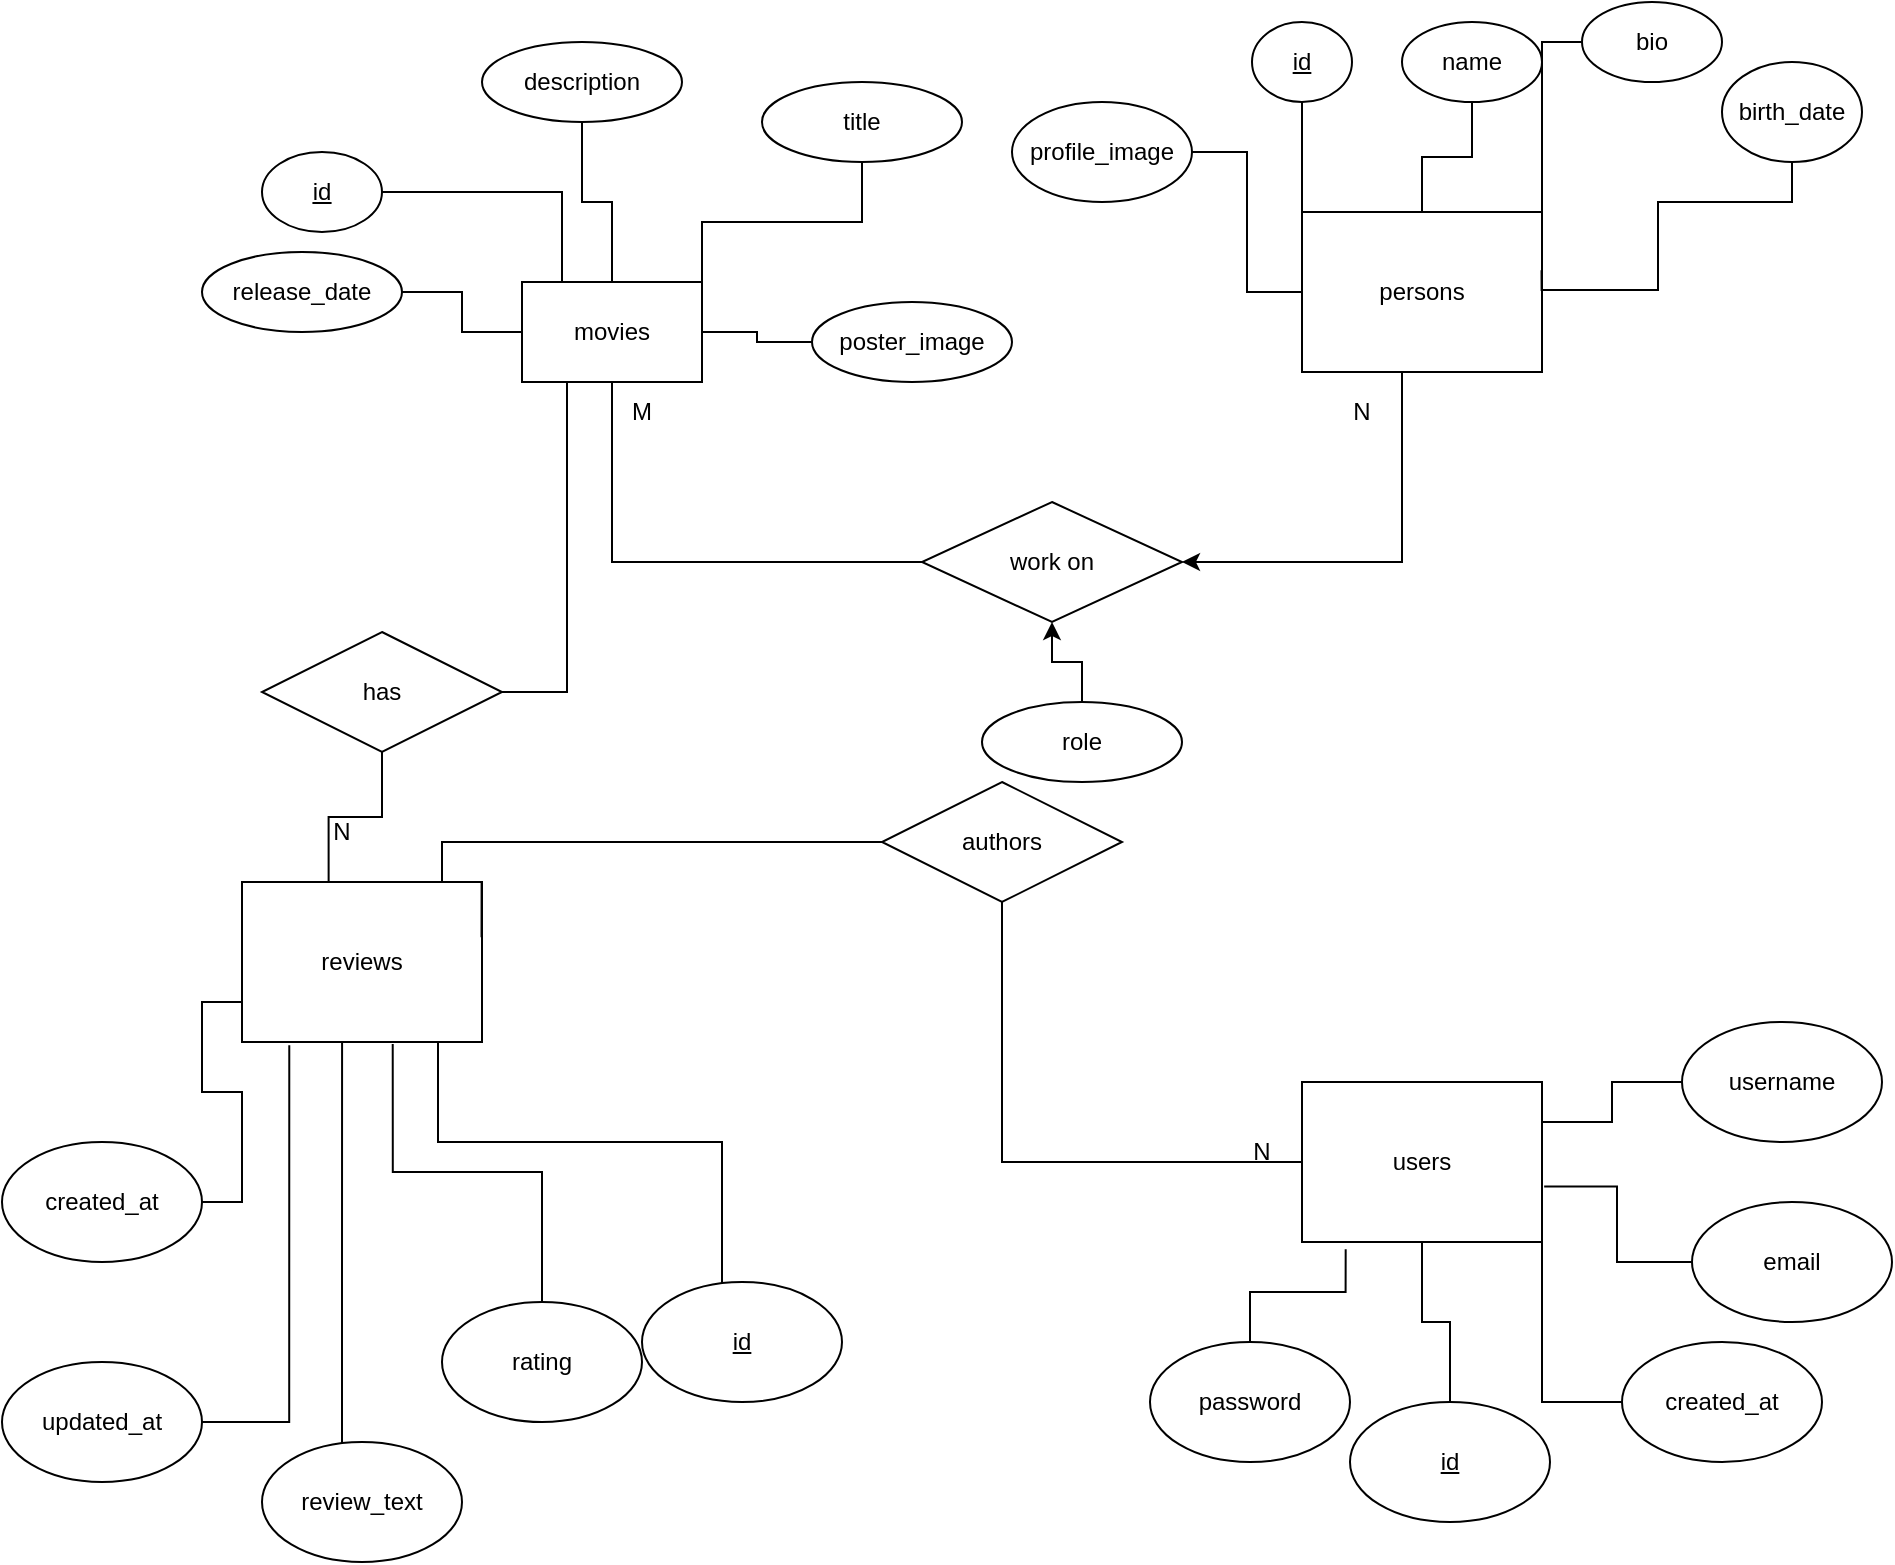
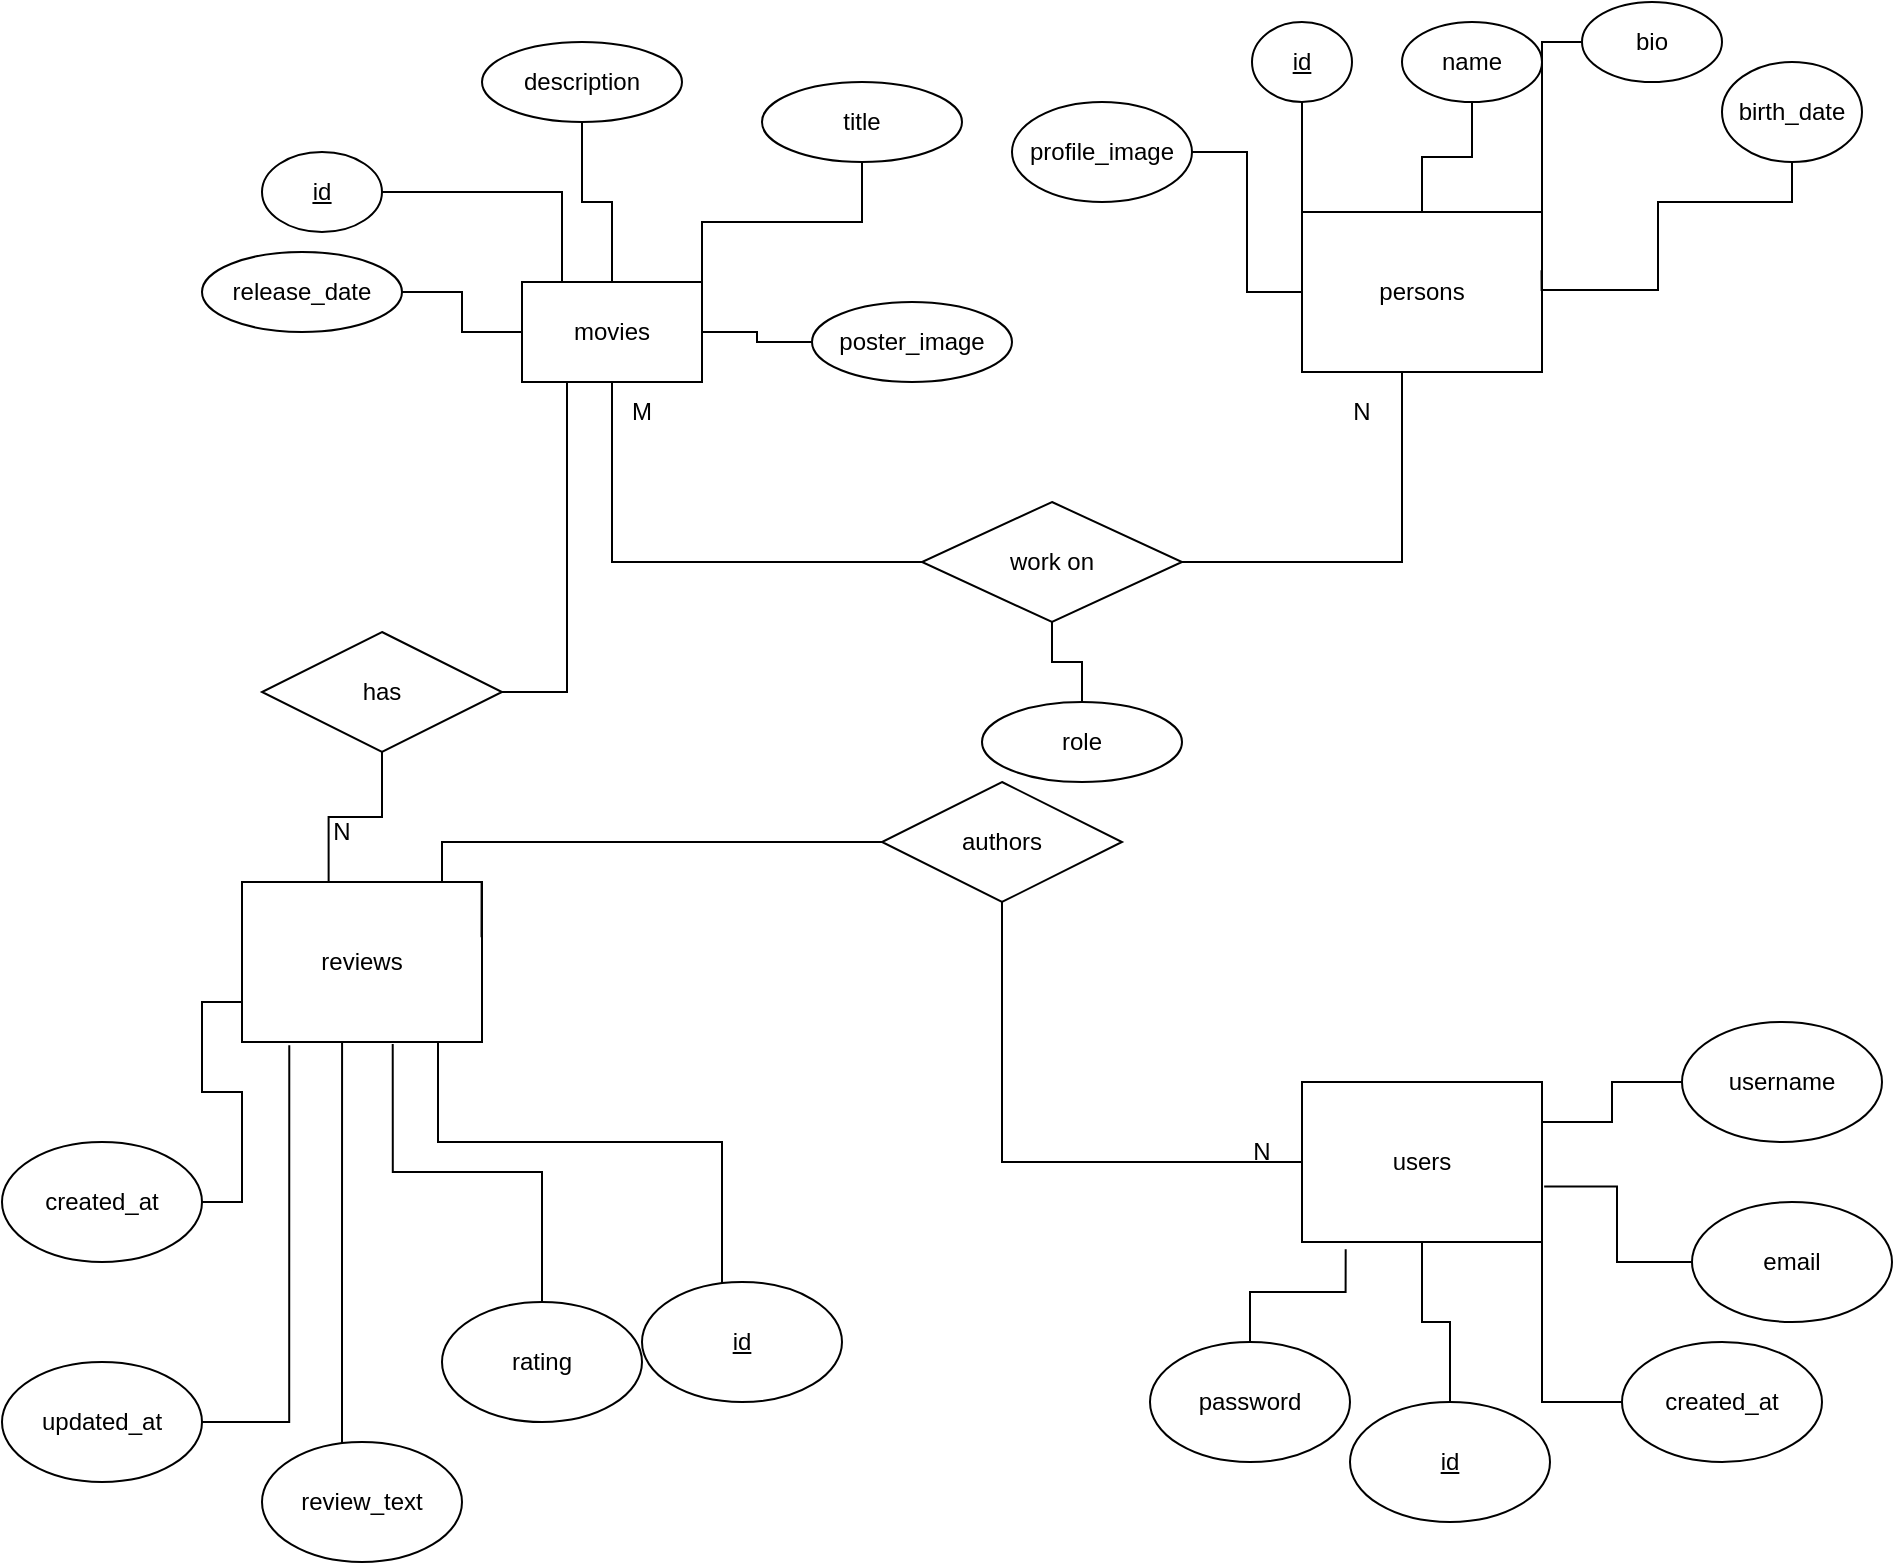
<mxfile host="app.diagrams.net">
  <diagram name="Page-1" id="Grp344vqQ0ACZGJfNlPX">
    <mxGraphModel dx="1201" dy="749" grid="1" gridSize="10" guides="1" tooltips="1" connect="1" arrows="1" fold="1" page="1" pageScale="1" pageWidth="1169" pageHeight="827" math="0" shadow="0">
      <root>
        <mxCell id="0" />
        <mxCell id="1" parent="0" />
        <mxCell id="RLID6e-XfcuS_xC3Zaqh-44" edge="1" parent="1" source="RLID6e-XfcuS_xC3Zaqh-1" style="edgeStyle=orthogonalEdgeStyle;rounded=0;orthogonalLoop=1;jettySize=auto;html=1;exitX=0;exitY=0;exitDx=0;exitDy=0;entryX=1;entryY=0.5;entryDx=0;entryDy=0;strokeColor=default;endArrow=none;" target="RLID6e-XfcuS_xC3Zaqh-7">
          <mxGeometry relative="1" as="geometry">
            <Array as="points">
              <mxPoint x="290" y="170" />
              <mxPoint x="290" y="125" />
            </Array>
          </mxGeometry>
        </mxCell>
        <mxCell id="RLID6e-XfcuS_xC3Zaqh-1" parent="1" style="shape=label;double=1;rounded=0;whiteSpace=wrap;html=1;gradientColor=default;fillColor=none;strokeColor=default;" value="movies" vertex="1">
          <mxGeometry height="50" width="90" x="270" y="170" as="geometry" />
        </mxCell>
-         <mxCell id="RLID6e-XfcuS_xC3Zaqh-119" edge="1" parent="1" source="RLID6e-XfcuS_xC3Zaqh-3" style="edgeStyle=orthogonalEdgeStyle;rounded=0;orthogonalLoop=1;jettySize=auto;html=1;entryX=1;entryY=0.5;entryDx=0;entryDy=0;" target="RLID6e-XfcuS_xC3Zaqh-51">
+         <mxCell id="RLID6e-XfcuS_xC3Zaqh-119" edge="1" parent="1" source="RLID6e-XfcuS_xC3Zaqh-3" style="edgeStyle=orthogonalEdgeStyle;rounded=0;orthogonalLoop=1;jettySize=auto;html=1;entryX=1;entryY=0.5;entryDx=0;entryDy=0;endArrow=none;endFill=0;" target="RLID6e-XfcuS_xC3Zaqh-51">
          <mxGeometry relative="1" as="geometry">
            <Array as="points">
              <mxPoint x="710" y="310" />
            </Array>
          </mxGeometry>
        </mxCell>
        <mxCell id="RLID6e-XfcuS_xC3Zaqh-3" parent="1" style="shape=label;double=1;rounded=0;whiteSpace=wrap;html=1;strokeColor=default;" value="persons" vertex="1">
          <mxGeometry height="80" width="120" x="660" y="135" as="geometry" />
        </mxCell>
        <mxCell id="RLID6e-XfcuS_xC3Zaqh-106" edge="1" parent="1" source="RLID6e-XfcuS_xC3Zaqh-5" style="edgeStyle=orthogonalEdgeStyle;rounded=0;orthogonalLoop=1;jettySize=auto;html=1;entryX=0.5;entryY=1;entryDx=0;entryDy=0;endArrow=none;" target="RLID6e-XfcuS_xC3Zaqh-100">
          <mxGeometry relative="1" as="geometry" />
        </mxCell>
        <mxCell id="RLID6e-XfcuS_xC3Zaqh-5" parent="1" style="shape=label;double=1;rounded=0;whiteSpace=wrap;html=1;strokeColor=default;" value="users" vertex="1">
          <mxGeometry height="80" width="120" x="660" y="570" as="geometry" />
        </mxCell>
        <mxCell id="RLID6e-XfcuS_xC3Zaqh-6" parent="1" style="shape=label;double=1;rounded=0;whiteSpace=wrap;html=1;strokeColor=default;" value="reviews" vertex="1">
          <mxGeometry height="80" width="120" x="130" y="470" as="geometry" />
        </mxCell>
        <mxCell id="RLID6e-XfcuS_xC3Zaqh-7" parent="1" style="shape=ellipse;whiteSpace=wrap;html=1;gradientColor=none;strokeWidth=1;allowArrows=1;strokeColor=default;fontStyle=4;perimeter=ellipsePerimeter;" value="&lt;u&gt;id&lt;/u&gt;" vertex="1">
          <mxGeometry height="40" width="60" x="140" y="105" as="geometry" />
        </mxCell>
        <mxCell id="RLID6e-XfcuS_xC3Zaqh-67" edge="1" parent="1" source="RLID6e-XfcuS_xC3Zaqh-12" style="edgeStyle=orthogonalEdgeStyle;rounded=0;orthogonalLoop=1;jettySize=auto;html=1;entryX=0;entryY=0;entryDx=0;entryDy=0;endArrow=none;" target="RLID6e-XfcuS_xC3Zaqh-3">
          <mxGeometry relative="1" as="geometry" />
        </mxCell>
        <mxCell id="RLID6e-XfcuS_xC3Zaqh-12" parent="1" style="shape=ellipse;whiteSpace=wrap;html=1;strokeColor=default;perimeter=ellipsePerimeter;" value="&lt;u&gt;id&lt;/u&gt;" vertex="1">
          <mxGeometry height="40" width="50" x="635" y="40" as="geometry" />
        </mxCell>
        <mxCell id="RLID6e-XfcuS_xC3Zaqh-68" edge="1" parent="1" source="RLID6e-XfcuS_xC3Zaqh-13" style="edgeStyle=orthogonalEdgeStyle;rounded=0;orthogonalLoop=1;jettySize=auto;html=1;entryX=0.5;entryY=0;entryDx=0;entryDy=0;endArrow=none;" target="RLID6e-XfcuS_xC3Zaqh-3">
          <mxGeometry relative="1" as="geometry" />
        </mxCell>
        <mxCell id="RLID6e-XfcuS_xC3Zaqh-13" parent="1" style="shape=ellipse;whiteSpace=wrap;html=1;strokeColor=default;perimeter=ellipsePerimeter;" value="name" vertex="1">
          <mxGeometry height="40" width="70" x="710" y="40" as="geometry" />
        </mxCell>
        <mxCell id="RLID6e-XfcuS_xC3Zaqh-69" edge="1" parent="1" source="RLID6e-XfcuS_xC3Zaqh-14" style="edgeStyle=orthogonalEdgeStyle;rounded=0;orthogonalLoop=1;jettySize=auto;html=1;entryX=1;entryY=0;entryDx=0;entryDy=0;endArrow=none;" target="RLID6e-XfcuS_xC3Zaqh-3">
          <mxGeometry relative="1" as="geometry" />
        </mxCell>
        <mxCell id="RLID6e-XfcuS_xC3Zaqh-14" parent="1" style="shape=ellipse;whiteSpace=wrap;html=1;strokeColor=default;perimeter=ellipsePerimeter;" value="bio" vertex="1">
          <mxGeometry height="40" width="70" x="800" y="30" as="geometry" />
        </mxCell>
        <mxCell id="RLID6e-XfcuS_xC3Zaqh-15" parent="1" style="shape=ellipse;whiteSpace=wrap;html=1;strokeColor=default;perimeter=ellipsePerimeter;" value="birth_date" vertex="1">
          <mxGeometry height="50" width="70" x="870" y="60" as="geometry" />
        </mxCell>
        <mxCell id="RLID6e-XfcuS_xC3Zaqh-66" edge="1" parent="1" source="RLID6e-XfcuS_xC3Zaqh-16" style="edgeStyle=orthogonalEdgeStyle;rounded=0;orthogonalLoop=1;jettySize=auto;html=1;entryX=0;entryY=0.5;entryDx=0;entryDy=0;endArrow=none;" target="RLID6e-XfcuS_xC3Zaqh-3">
          <mxGeometry relative="1" as="geometry" />
        </mxCell>
        <mxCell id="RLID6e-XfcuS_xC3Zaqh-16" parent="1" style="shape=ellipse;whiteSpace=wrap;html=1;strokeColor=default;perimeter=ellipsePerimeter;" value="profile_image" vertex="1">
          <mxGeometry height="50" width="90" x="515" y="80" as="geometry" />
        </mxCell>
        <mxCell id="RLID6e-XfcuS_xC3Zaqh-21" parent="1" style="shape=ellipse;whiteSpace=wrap;html=1;strokeColor=default;perimeter=ellipsePerimeter;" value="&lt;u&gt;id&lt;/u&gt;" vertex="1">
          <mxGeometry height="60" width="100" x="330" y="670" as="geometry" />
        </mxCell>
        <mxCell id="RLID6e-XfcuS_xC3Zaqh-24" parent="1" style="shape=ellipse;whiteSpace=wrap;html=1;strokeColor=default;perimeter=ellipsePerimeter;" value="rating" vertex="1">
          <mxGeometry height="60" width="100" x="230" y="680" as="geometry" />
        </mxCell>
        <mxCell id="RLID6e-XfcuS_xC3Zaqh-25" parent="1" style="shape=ellipse;whiteSpace=wrap;html=1;strokeColor=default;perimeter=ellipsePerimeter;" value="review_text" vertex="1">
          <mxGeometry height="60" width="100" x="140" y="750" as="geometry" />
        </mxCell>
        <mxCell id="RLID6e-XfcuS_xC3Zaqh-95" edge="1" parent="1" source="RLID6e-XfcuS_xC3Zaqh-26" style="edgeStyle=orthogonalEdgeStyle;rounded=0;orthogonalLoop=1;jettySize=auto;html=1;entryX=0;entryY=0.75;entryDx=0;entryDy=0;endArrow=none;" target="RLID6e-XfcuS_xC3Zaqh-6">
          <mxGeometry relative="1" as="geometry" />
        </mxCell>
        <mxCell id="RLID6e-XfcuS_xC3Zaqh-26" parent="1" style="shape=ellipse;whiteSpace=wrap;html=1;strokeColor=default;perimeter=ellipsePerimeter;" value="created_at" vertex="1">
          <mxGeometry height="60" width="100" x="10" y="600" as="geometry" />
        </mxCell>
        <mxCell id="RLID6e-XfcuS_xC3Zaqh-27" parent="1" style="shape=ellipse;whiteSpace=wrap;html=1;strokeColor=default;perimeter=ellipsePerimeter;" value="updated_at" vertex="1">
          <mxGeometry height="60" width="100" x="10" y="710" as="geometry" />
        </mxCell>
        <mxCell id="RLID6e-XfcuS_xC3Zaqh-112" edge="1" parent="1" source="RLID6e-XfcuS_xC3Zaqh-28" style="edgeStyle=orthogonalEdgeStyle;rounded=0;orthogonalLoop=1;jettySize=auto;html=1;entryX=0.5;entryY=1;entryDx=0;entryDy=0;endArrow=none;" target="RLID6e-XfcuS_xC3Zaqh-5">
          <mxGeometry relative="1" as="geometry" />
        </mxCell>
        <mxCell id="RLID6e-XfcuS_xC3Zaqh-28" parent="1" style="shape=ellipse;whiteSpace=wrap;html=1;strokeColor=default;perimeter=ellipsePerimeter;" value="&lt;u&gt;id&lt;/u&gt;" vertex="1">
          <mxGeometry height="60" width="100" x="684" y="730" as="geometry" />
        </mxCell>
        <mxCell id="RLID6e-XfcuS_xC3Zaqh-114" edge="1" parent="1" source="RLID6e-XfcuS_xC3Zaqh-29" style="edgeStyle=orthogonalEdgeStyle;rounded=0;orthogonalLoop=1;jettySize=auto;html=1;entryX=1;entryY=0.25;entryDx=0;entryDy=0;endArrow=none;" target="RLID6e-XfcuS_xC3Zaqh-5">
          <mxGeometry relative="1" as="geometry" />
        </mxCell>
        <mxCell id="RLID6e-XfcuS_xC3Zaqh-29" parent="1" style="shape=ellipse;whiteSpace=wrap;html=1;strokeColor=default;perimeter=ellipsePerimeter;" value="username" vertex="1">
          <mxGeometry height="60" width="100" x="850" y="540" as="geometry" />
        </mxCell>
        <mxCell id="RLID6e-XfcuS_xC3Zaqh-30" parent="1" style="shape=ellipse;whiteSpace=wrap;html=1;strokeColor=default;perimeter=ellipsePerimeter;" value="email" vertex="1">
          <mxGeometry height="60" width="100" x="855" y="630" as="geometry" />
        </mxCell>
        <mxCell id="RLID6e-XfcuS_xC3Zaqh-31" parent="1" style="shape=ellipse;whiteSpace=wrap;html=1;strokeColor=default;perimeter=ellipsePerimeter;" value="password" vertex="1">
          <mxGeometry height="60" width="100" x="584" y="700" as="geometry" />
        </mxCell>
        <mxCell id="RLID6e-XfcuS_xC3Zaqh-115" edge="1" parent="1" source="RLID6e-XfcuS_xC3Zaqh-32" style="edgeStyle=orthogonalEdgeStyle;rounded=0;orthogonalLoop=1;jettySize=auto;html=1;entryX=1;entryY=1;entryDx=0;entryDy=0;endArrow=none;" target="RLID6e-XfcuS_xC3Zaqh-5">
          <mxGeometry relative="1" as="geometry" />
        </mxCell>
        <mxCell id="RLID6e-XfcuS_xC3Zaqh-32" parent="1" style="shape=ellipse;whiteSpace=wrap;html=1;strokeColor=default;perimeter=ellipsePerimeter;" value="created_at" vertex="1">
          <mxGeometry height="60" width="100" x="820" y="700" as="geometry" />
        </mxCell>
        <mxCell id="RLID6e-XfcuS_xC3Zaqh-33" edge="1" parent="1" source="RLID6e-XfcuS_xC3Zaqh-32" style="edgeStyle=orthogonalEdgeStyle;rounded=0;orthogonalLoop=1;jettySize=auto;html=1;exitX=0.5;exitY=1;exitDx=0;exitDy=0;strokeColor=default;" target="RLID6e-XfcuS_xC3Zaqh-32">
          <mxGeometry relative="1" as="geometry" />
        </mxCell>
        <mxCell id="RLID6e-XfcuS_xC3Zaqh-46" edge="1" parent="1" source="RLID6e-XfcuS_xC3Zaqh-1" style="edgeStyle=orthogonalEdgeStyle;rounded=0;orthogonalLoop=1;jettySize=auto;html=1;exitX=1;exitY=0;exitDx=0;exitDy=0;entryX=0.5;entryY=1;entryDx=0;entryDy=0;strokeColor=default;endArrow=none;" target="RLID6e-XfcuS_xC3Zaqh-120">
          <mxGeometry relative="1" as="geometry">
            <mxPoint x="424.74" y="110.10000000000002" as="targetPoint" />
          </mxGeometry>
        </mxCell>
        <mxCell id="RLID6e-XfcuS_xC3Zaqh-74" edge="1" parent="1" source="RLID6e-XfcuS_xC3Zaqh-51" style="edgeStyle=orthogonalEdgeStyle;rounded=0;orthogonalLoop=1;jettySize=auto;html=1;entryX=0.5;entryY=1;entryDx=0;entryDy=0;endArrow=none;" target="RLID6e-XfcuS_xC3Zaqh-1">
          <mxGeometry relative="1" as="geometry" />
        </mxCell>
        <mxCell id="RLID6e-XfcuS_xC3Zaqh-51" parent="1" style="shape=rhombus;perimeter=rhombusPerimeter;whiteSpace=wrap;html=1;align=center;" value="work on" vertex="1">
          <mxGeometry height="60" width="130" x="470" y="280" as="geometry" />
        </mxCell>
        <mxCell id="RLID6e-XfcuS_xC3Zaqh-109" edge="1" parent="1" source="RLID6e-XfcuS_xC3Zaqh-82" style="edgeStyle=orthogonalEdgeStyle;rounded=0;orthogonalLoop=1;jettySize=auto;html=1;entryX=0.25;entryY=1;entryDx=0;entryDy=0;endArrow=none;endFill=0;" target="RLID6e-XfcuS_xC3Zaqh-1">
          <mxGeometry relative="1" as="geometry" />
        </mxCell>
        <mxCell id="RLID6e-XfcuS_xC3Zaqh-82" parent="1" style="shape=rhombus;perimeter=rhombusPerimeter;whiteSpace=wrap;html=1;align=center;" value="has" vertex="1">
          <mxGeometry height="60" width="120" x="140" y="345" as="geometry" />
        </mxCell>
        <mxCell id="RLID6e-XfcuS_xC3Zaqh-89" edge="1" parent="1" source="RLID6e-XfcuS_xC3Zaqh-27" style="edgeStyle=orthogonalEdgeStyle;rounded=0;orthogonalLoop=1;jettySize=auto;html=1;entryX=0.197;entryY=1.021;entryDx=0;entryDy=0;entryPerimeter=0;endArrow=none;" target="RLID6e-XfcuS_xC3Zaqh-6">
          <mxGeometry relative="1" as="geometry" />
        </mxCell>
        <mxCell id="RLID6e-XfcuS_xC3Zaqh-90" edge="1" parent="1" source="RLID6e-XfcuS_xC3Zaqh-25" style="edgeStyle=orthogonalEdgeStyle;rounded=0;orthogonalLoop=1;jettySize=auto;html=1;entryX=0.417;entryY=1;entryDx=0;entryDy=0;entryPerimeter=0;endArrow=none;" target="RLID6e-XfcuS_xC3Zaqh-6">
          <mxGeometry relative="1" as="geometry">
            <Array as="points">
              <mxPoint x="180" y="670" />
              <mxPoint x="180" y="670" />
            </Array>
          </mxGeometry>
        </mxCell>
        <mxCell id="RLID6e-XfcuS_xC3Zaqh-98" edge="1" parent="1" source="RLID6e-XfcuS_xC3Zaqh-82" style="edgeStyle=orthogonalEdgeStyle;rounded=0;orthogonalLoop=1;jettySize=auto;html=1;entryX=0.361;entryY=0.001;entryDx=0;entryDy=0;entryPerimeter=0;endArrow=none;" target="RLID6e-XfcuS_xC3Zaqh-6">
          <mxGeometry relative="1" as="geometry" />
        </mxCell>
        <mxCell id="RLID6e-XfcuS_xC3Zaqh-102" edge="1" parent="1" source="RLID6e-XfcuS_xC3Zaqh-100" style="edgeStyle=orthogonalEdgeStyle;rounded=0;orthogonalLoop=1;jettySize=auto;html=1;entryX=0.998;entryY=0.346;entryDx=0;entryDy=0;entryPerimeter=0;endArrow=none;" target="RLID6e-XfcuS_xC3Zaqh-6">
          <mxGeometry relative="1" as="geometry">
            <Array as="points">
              <mxPoint x="230" y="450" />
              <mxPoint x="230" y="470" />
              <mxPoint x="250" y="470" />
            </Array>
            <mxPoint x="240" y="375" as="targetPoint" />
          </mxGeometry>
        </mxCell>
        <mxCell id="RLID6e-XfcuS_xC3Zaqh-100" parent="1" style="shape=rhombus;perimeter=rhombusPerimeter;whiteSpace=wrap;html=1;align=center;" value="authors" vertex="1">
          <mxGeometry height="60" width="120" x="450" y="420" as="geometry" />
        </mxCell>
        <mxCell id="RLID6e-XfcuS_xC3Zaqh-101" parent="1" style="text;html=1;whiteSpace=wrap;strokeColor=none;fillColor=none;align=center;verticalAlign=middle;rounded=0;" value="N" vertex="1">
          <mxGeometry height="30" width="60" x="150" y="430" as="geometry" />
        </mxCell>
        <mxCell id="RLID6e-XfcuS_xC3Zaqh-103" edge="1" parent="1" source="RLID6e-XfcuS_xC3Zaqh-24" style="edgeStyle=orthogonalEdgeStyle;rounded=0;orthogonalLoop=1;jettySize=auto;html=1;entryX=0.628;entryY=1.013;entryDx=0;entryDy=0;entryPerimeter=0;endArrow=none;" target="RLID6e-XfcuS_xC3Zaqh-6">
          <mxGeometry relative="1" as="geometry" />
        </mxCell>
        <mxCell id="RLID6e-XfcuS_xC3Zaqh-104" edge="1" parent="1" source="RLID6e-XfcuS_xC3Zaqh-21" style="edgeStyle=orthogonalEdgeStyle;rounded=0;orthogonalLoop=1;jettySize=auto;html=1;entryX=0.833;entryY=1;entryDx=0;entryDy=0;entryPerimeter=0;endArrow=none;" target="RLID6e-XfcuS_xC3Zaqh-6">
          <mxGeometry relative="1" as="geometry">
            <Array as="points">
              <mxPoint x="370" y="600" />
              <mxPoint x="228" y="600" />
              <mxPoint x="228" y="550" />
            </Array>
          </mxGeometry>
        </mxCell>
        <mxCell id="RLID6e-XfcuS_xC3Zaqh-107" edge="1" parent="1" source="RLID6e-XfcuS_xC3Zaqh-15" style="edgeStyle=orthogonalEdgeStyle;rounded=0;orthogonalLoop=1;jettySize=auto;html=1;entryX=0.998;entryY=0.364;entryDx=0;entryDy=0;entryPerimeter=0;endArrow=none;endFill=0;" target="RLID6e-XfcuS_xC3Zaqh-3">
          <mxGeometry relative="1" as="geometry">
            <Array as="points">
              <mxPoint x="905" y="130" />
              <mxPoint x="838" y="130" />
              <mxPoint x="838" y="174" />
            </Array>
          </mxGeometry>
        </mxCell>
        <mxCell id="RLID6e-XfcuS_xC3Zaqh-108" parent="1" style="text;html=1;whiteSpace=wrap;strokeColor=none;fillColor=none;align=center;verticalAlign=middle;rounded=0;" value="N" vertex="1">
          <mxGeometry height="30" width="60" x="610" y="590" as="geometry" />
        </mxCell>
        <mxCell id="RLID6e-XfcuS_xC3Zaqh-111" edge="1" parent="1" source="RLID6e-XfcuS_xC3Zaqh-31" style="edgeStyle=orthogonalEdgeStyle;rounded=0;orthogonalLoop=1;jettySize=auto;html=1;entryX=0.182;entryY=1.046;entryDx=0;entryDy=0;entryPerimeter=0;endArrow=none;" target="RLID6e-XfcuS_xC3Zaqh-5">
          <mxGeometry relative="1" as="geometry" />
        </mxCell>
        <mxCell id="RLID6e-XfcuS_xC3Zaqh-116" edge="1" parent="1" source="RLID6e-XfcuS_xC3Zaqh-30" style="edgeStyle=orthogonalEdgeStyle;rounded=0;orthogonalLoop=1;jettySize=auto;html=1;entryX=1.009;entryY=0.653;entryDx=0;entryDy=0;entryPerimeter=0;endArrow=none;" target="RLID6e-XfcuS_xC3Zaqh-5">
          <mxGeometry relative="1" as="geometry" />
        </mxCell>
        <mxCell id="RLID6e-XfcuS_xC3Zaqh-120" parent="1" style="ellipse;whiteSpace=wrap;html=1;align=center;" value="title" vertex="1">
          <mxGeometry height="40" width="100" x="390" y="70" as="geometry" />
        </mxCell>
        <mxCell id="RLID6e-XfcuS_xC3Zaqh-126" edge="1" parent="1" source="RLID6e-XfcuS_xC3Zaqh-121" style="edgeStyle=orthogonalEdgeStyle;rounded=0;orthogonalLoop=1;jettySize=auto;html=1;entryX=0.5;entryY=0;entryDx=0;entryDy=0;endArrow=none;" target="RLID6e-XfcuS_xC3Zaqh-1">
          <mxGeometry relative="1" as="geometry" />
        </mxCell>
        <mxCell id="RLID6e-XfcuS_xC3Zaqh-121" parent="1" style="ellipse;whiteSpace=wrap;html=1;align=center;" value="description" vertex="1">
          <mxGeometry height="40" width="100" x="250" y="50" as="geometry" />
        </mxCell>
        <mxCell id="RLID6e-XfcuS_xC3Zaqh-125" edge="1" parent="1" source="RLID6e-XfcuS_xC3Zaqh-122" style="edgeStyle=orthogonalEdgeStyle;rounded=0;orthogonalLoop=1;jettySize=auto;html=1;entryX=0;entryY=0.5;entryDx=0;entryDy=0;endArrow=none;" target="RLID6e-XfcuS_xC3Zaqh-1">
          <mxGeometry relative="1" as="geometry" />
        </mxCell>
        <mxCell id="RLID6e-XfcuS_xC3Zaqh-122" parent="1" style="ellipse;whiteSpace=wrap;html=1;align=center;" value="release_date" vertex="1">
          <mxGeometry height="40" width="100" x="110" y="155" as="geometry" />
        </mxCell>
        <mxCell id="RLID6e-XfcuS_xC3Zaqh-133" edge="1" parent="1" source="RLID6e-XfcuS_xC3Zaqh-123" style="edgeStyle=orthogonalEdgeStyle;rounded=0;orthogonalLoop=1;jettySize=auto;html=1;entryX=1;entryY=0.5;entryDx=0;entryDy=0;endArrow=none;endFill=0;" target="RLID6e-XfcuS_xC3Zaqh-1">
          <mxGeometry relative="1" as="geometry" />
        </mxCell>
        <mxCell id="RLID6e-XfcuS_xC3Zaqh-123" parent="1" style="ellipse;whiteSpace=wrap;html=1;align=center;" value="poster_image" vertex="1">
          <mxGeometry height="40" width="100" x="415" y="180" as="geometry" />
        </mxCell>
        <mxCell id="RLID6e-XfcuS_xC3Zaqh-134" parent="1" style="text;html=1;whiteSpace=wrap;strokeColor=none;fillColor=none;align=center;verticalAlign=middle;rounded=0;" value="M" vertex="1">
          <mxGeometry height="30" width="60" x="300" y="220" as="geometry" />
        </mxCell>
        <mxCell id="RLID6e-XfcuS_xC3Zaqh-135" parent="1" style="text;html=1;whiteSpace=wrap;strokeColor=none;fillColor=none;align=center;verticalAlign=middle;rounded=0;" value="N" vertex="1">
          <mxGeometry height="30" width="60" x="660" y="220" as="geometry" />
        </mxCell>
-         <mxCell id="RLID6e-XfcuS_xC3Zaqh-137" edge="1" parent="1" source="RLID6e-XfcuS_xC3Zaqh-136" style="edgeStyle=orthogonalEdgeStyle;rounded=0;orthogonalLoop=1;jettySize=auto;html=1;entryX=0.5;entryY=1;entryDx=0;entryDy=0;" target="RLID6e-XfcuS_xC3Zaqh-51">
+         <mxCell id="RLID6e-XfcuS_xC3Zaqh-137" edge="1" parent="1" source="RLID6e-XfcuS_xC3Zaqh-136" style="edgeStyle=orthogonalEdgeStyle;rounded=0;orthogonalLoop=1;jettySize=auto;html=1;entryX=0.5;entryY=1;entryDx=0;entryDy=0;endArrow=none;endFill=0;" target="RLID6e-XfcuS_xC3Zaqh-51">
          <mxGeometry relative="1" as="geometry" />
        </mxCell>
        <mxCell id="RLID6e-XfcuS_xC3Zaqh-136" parent="1" style="ellipse;whiteSpace=wrap;html=1;align=center;" value="role" vertex="1">
          <mxGeometry height="40" width="100" x="500" y="380" as="geometry" />
        </mxCell>
      </root>
    </mxGraphModel>
  </diagram>
</mxfile>
